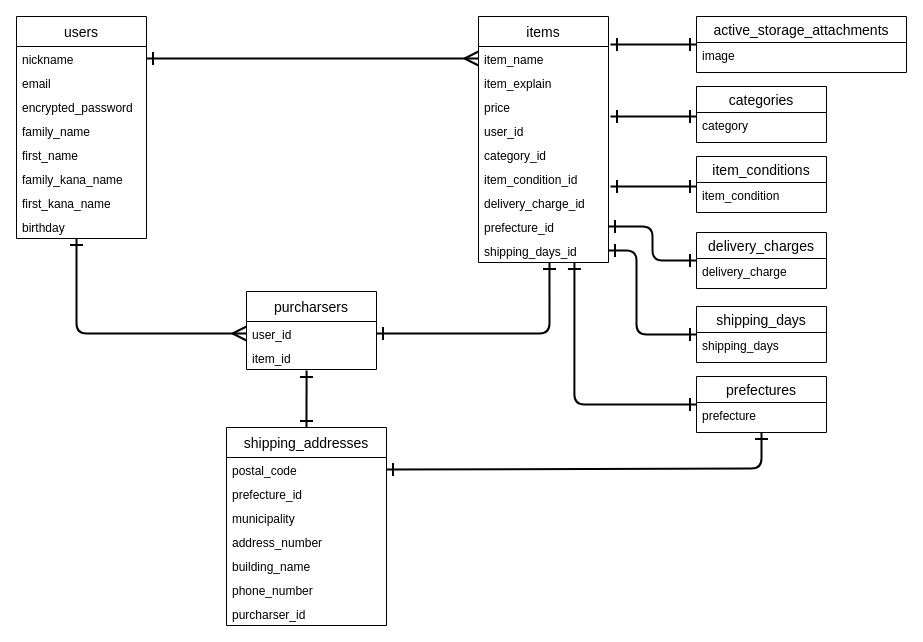
The draw.io diagram データベースER図.dio in Ta-Tos/furima-37923, before the edit. Source tidied: cells renumbered, new cells numbered last; positions are measured from the earlier drawing's top-left corner, leaving out a move shared by most shapes. Both pictures are drawn from the tidied source at 100%, with x=0, y=0 at pixel (16, 16).
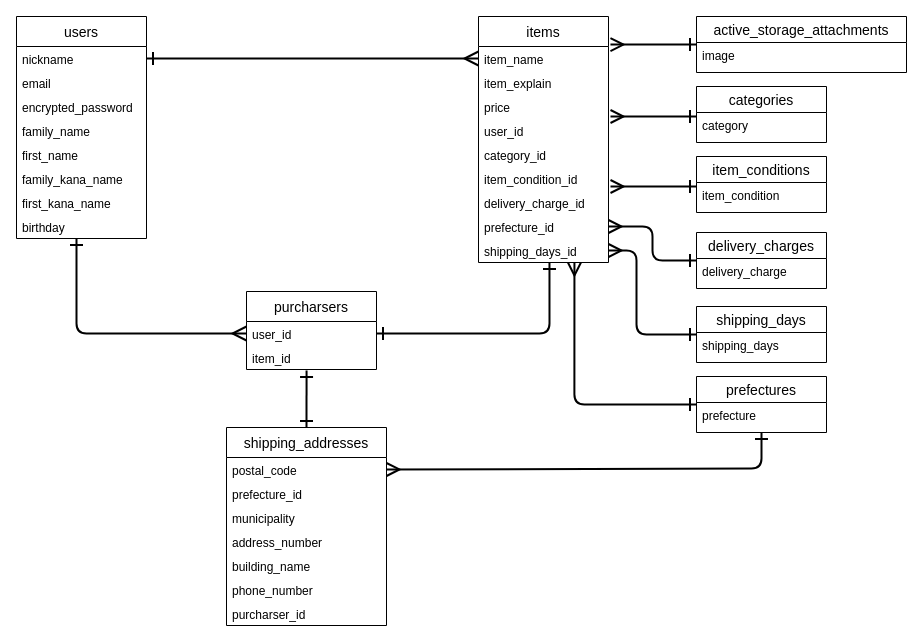
After the change.

Unchanged cells that the change refers to:
```xml
<mxCell id="13" value="items" style="swimlane;fontStyle=0;horizontal=1;startSize=30;align=center;fontSize=14;" parent="1" vertex="1">
  <mxGeometry x="462" width="130" height="246" as="geometry" />
</mxCell>
<mxCell id="21" value="prefecture_id" style="text;strokeColor=none;fillColor=none;spacingLeft=4;spacingRight=4;overflow=hidden;points=[[0,0.5],[1,0.5]];portConstraint=eastwest;fontSize=12;" parent="13" vertex="1">
  <mxGeometry y="198" width="130" height="24" as="geometry" />
</mxCell>
<mxCell id="22" value="shipping_days_id" style="text;strokeColor=none;fillColor=none;spacingLeft=4;spacingRight=4;overflow=hidden;points=[[0,0.5],[1,0.5]];portConstraint=eastwest;fontSize=12;" parent="13" vertex="1">
  <mxGeometry y="222" width="130" height="24" as="geometry" />
</mxCell>
<mxCell id="24" value="active_storage_attachments" style="swimlane;fontStyle=0;horizontal=1;startSize=26;align=center;fontSize=14;" parent="1" vertex="1">
  <mxGeometry x="680" width="210" height="56" as="geometry" />
</mxCell>
<mxCell id="30" value="delivery_charges" style="swimlane;fontStyle=0;horizontal=1;startSize=26;align=center;fontSize=14;" parent="1" vertex="1">
  <mxGeometry x="680" y="216" width="130" height="56" as="geometry" />
</mxCell>
<mxCell id="32" value="prefectures" style="swimlane;fontStyle=0;horizontal=1;startSize=26;align=center;fontSize=14;" parent="1" vertex="1">
  <mxGeometry x="680" y="360" width="130" height="56" as="geometry" />
</mxCell>
<mxCell id="33" value="prefecture" style="text;strokeColor=none;fillColor=none;spacingLeft=4;spacingRight=4;overflow=hidden;points=[[0,0.5],[1,0.5]];portConstraint=eastwest;fontSize=12;" parent="32" vertex="1">
  <mxGeometry y="26" width="130" height="30" as="geometry" />
</mxCell>
<mxCell id="34" value="shipping_days" style="swimlane;fontStyle=0;horizontal=1;startSize=26;align=center;fontSize=14;" parent="1" vertex="1">
  <mxGeometry x="680" y="290" width="130" height="56" as="geometry" />
</mxCell>
<mxCell id="47" value="postal_code" style="text;strokeColor=none;fillColor=none;spacingLeft=4;spacingRight=4;overflow=hidden;points=[[0,0.5],[1,0.5]];portConstraint=eastwest;fontSize=12;" parent="46" vertex="1">
  <mxGeometry y="30" width="160" height="24" as="geometry" />
</mxCell>
```

Change to the diagram source:
```diff
@@
-    <mxCell id="23" style="edgeStyle=orthogonalEdgeStyle;jumpStyle=none;jumpSize=6;html=1;entryX=1.015;entryY=0.114;entryDx=0;entryDy=0;entryPerimeter=0;startArrow=ERone;startFill=0;endArrow=ERone;endFill=0;sourcePerimeterSpacing=0;targetPerimeterSpacing=0;strokeWidth=2;endSize=10;startSize=10;" parent="1" edge="1" source="24" target="13">
+    <mxCell id="23" style="edgeStyle=orthogonalEdgeStyle;jumpStyle=none;jumpSize=6;html=1;entryX=1.015;entryY=0.114;entryDx=0;entryDy=0;entryPerimeter=0;startArrow=ERone;startFill=0;endArrow=ERmany;endFill=0;sourcePerimeterSpacing=0;targetPerimeterSpacing=0;strokeWidth=2;endSize=10;startSize=10;" parent="1" edge="1" source="24" target="13">
       <mxGeometry relative="1" as="geometry" />
     </mxCell>
@@
-    <mxCell id="40" style="edgeStyle=orthogonalEdgeStyle;jumpStyle=none;jumpSize=6;html=1;entryX=1.015;entryY=0.114;entryDx=0;entryDy=0;entryPerimeter=0;startArrow=ERone;startFill=0;endArrow=ERone;endFill=0;sourcePerimeterSpacing=0;targetPerimeterSpacing=0;strokeWidth=2;endSize=10;startSize=10;" parent="1" edge="1">
+    <mxCell id="40" style="edgeStyle=orthogonalEdgeStyle;jumpStyle=none;jumpSize=6;html=1;entryX=1.015;entryY=0.114;entryDx=0;entryDy=0;entryPerimeter=0;startArrow=ERone;startFill=0;endArrow=ERmany;endFill=0;sourcePerimeterSpacing=0;targetPerimeterSpacing=0;strokeWidth=2;endSize=10;startSize=10;" parent="1" edge="1">
       <mxGeometry relative="1" as="geometry">
         <mxPoint x="680" y="100" as="sourcePoint" />
         <mxPoint x="594" y="100" as="targetPoint" />
       </mxGeometry>
     </mxCell>
-    <mxCell id="41" style="edgeStyle=orthogonalEdgeStyle;jumpStyle=none;jumpSize=6;html=1;startArrow=ERone;startFill=0;endArrow=ERone;endFill=0;sourcePerimeterSpacing=0;targetPerimeterSpacing=0;strokeWidth=2;endSize=10;startSize=10;" parent="1" edge="1">
+    <mxCell id="41" style="edgeStyle=orthogonalEdgeStyle;jumpStyle=none;jumpSize=6;html=1;startArrow=ERone;startFill=0;endArrow=ERmany;endFill=0;sourcePerimeterSpacing=0;targetPerimeterSpacing=0;strokeWidth=2;endSize=10;startSize=10;" parent="1" edge="1">
       <mxGeometry relative="1" as="geometry">
         <mxPoint x="680" y="170" as="sourcePoint" />
         <mxPoint x="594" y="170" as="targetPoint" />
       </mxGeometry>
     </mxCell>
-    <mxCell id="42" style="edgeStyle=orthogonalEdgeStyle;jumpStyle=none;jumpSize=6;html=1;entryX=1;entryY=0.5;entryDx=0;entryDy=0;startArrow=ERone;startFill=0;endArrow=ERone;endFill=0;sourcePerimeterSpacing=0;targetPerimeterSpacing=0;strokeWidth=2;exitX=0;exitY=0.5;exitDx=0;exitDy=0;endSize=10;startSize=10;" parent="1" edge="1" source="30" target="21">
+    <mxCell id="42" style="edgeStyle=orthogonalEdgeStyle;jumpStyle=none;jumpSize=6;html=1;entryX=1;entryY=0.5;entryDx=0;entryDy=0;startArrow=ERone;startFill=0;endArrow=ERmany;endFill=0;sourcePerimeterSpacing=0;targetPerimeterSpacing=0;strokeWidth=2;exitX=0;exitY=0.5;exitDx=0;exitDy=0;endSize=10;startSize=10;" parent="1" edge="1" source="30" target="21">
       <mxGeometry relative="1" as="geometry" />
     </mxCell>
-    <mxCell id="43" style="edgeStyle=orthogonalEdgeStyle;jumpStyle=none;jumpSize=6;html=1;entryX=1;entryY=0.5;entryDx=0;entryDy=0;startArrow=ERone;startFill=0;endArrow=ERone;endFill=0;sourcePerimeterSpacing=0;targetPerimeterSpacing=0;strokeWidth=2;exitX=0;exitY=0.5;exitDx=0;exitDy=0;endSize=10;startSize=10;" parent="1" edge="1" source="34" target="22">
+    <mxCell id="43" style="edgeStyle=orthogonalEdgeStyle;jumpStyle=none;jumpSize=6;html=1;entryX=1;entryY=0.5;entryDx=0;entryDy=0;startArrow=ERone;startFill=0;endArrow=ERmany;endFill=0;sourcePerimeterSpacing=0;targetPerimeterSpacing=0;strokeWidth=2;exitX=0;exitY=0.5;exitDx=0;exitDy=0;endSize=10;startSize=10;" parent="1" edge="1" source="34" target="22">
       <mxGeometry relative="1" as="geometry">
         <Array as="points">
           <mxPoint x="620" y="318" />
           <mxPoint x="620" y="234" />
         </Array>
       </mxGeometry>
     </mxCell>
-    <mxCell id="44" style="edgeStyle=orthogonalEdgeStyle;jumpStyle=none;jumpSize=6;html=1;startArrow=ERone;startFill=0;endArrow=ERone;endFill=0;sourcePerimeterSpacing=0;targetPerimeterSpacing=0;strokeWidth=2;exitX=0;exitY=0.5;exitDx=0;exitDy=0;entryX=0.738;entryY=1;entryDx=0;entryDy=0;entryPerimeter=0;endSize=10;startSize=10;" parent="1" edge="1" source="32" target="22">
+    <mxCell id="44" style="edgeStyle=orthogonalEdgeStyle;jumpStyle=none;jumpSize=6;html=1;startArrow=ERone;startFill=0;endArrow=ERmany;endFill=0;sourcePerimeterSpacing=0;targetPerimeterSpacing=0;strokeWidth=2;exitX=0;exitY=0.5;exitDx=0;exitDy=0;entryX=0.738;entryY=1;entryDx=0;entryDy=0;entryPerimeter=0;endSize=10;startSize=10;" parent="1" edge="1" source="32" target="22">
       <mxGeometry relative="1" as="geometry">
         <Array as="points">
           <mxPoint x="558" y="388" />
         </Array>
       </mxGeometry>
     </mxCell>
-    <mxCell id="45" style="edgeStyle=orthogonalEdgeStyle;jumpStyle=none;jumpSize=6;html=1;startArrow=ERone;startFill=0;endArrow=ERone;endFill=0;sourcePerimeterSpacing=0;targetPerimeterSpacing=0;strokeWidth=2;endSize=10;startSize=10;entryX=1;entryY=0.5;entryDx=0;entryDy=0;" parent="1" edge="1" source="33" target="47">
+    <mxCell id="45" style="edgeStyle=orthogonalEdgeStyle;jumpStyle=none;jumpSize=6;html=1;startArrow=ERone;startFill=0;endArrow=ERmany;endFill=0;sourcePerimeterSpacing=0;targetPerimeterSpacing=0;strokeWidth=2;endSize=10;startSize=10;entryX=1;entryY=0.5;entryDx=0;entryDy=0;" parent="1" edge="1" source="33" target="47">
       <mxGeometry relative="1" as="geometry">
         <Array as="points">
           <mxPoint x="745" y="452" />
         </Array>
       </mxGeometry>
     </mxCell>
```
